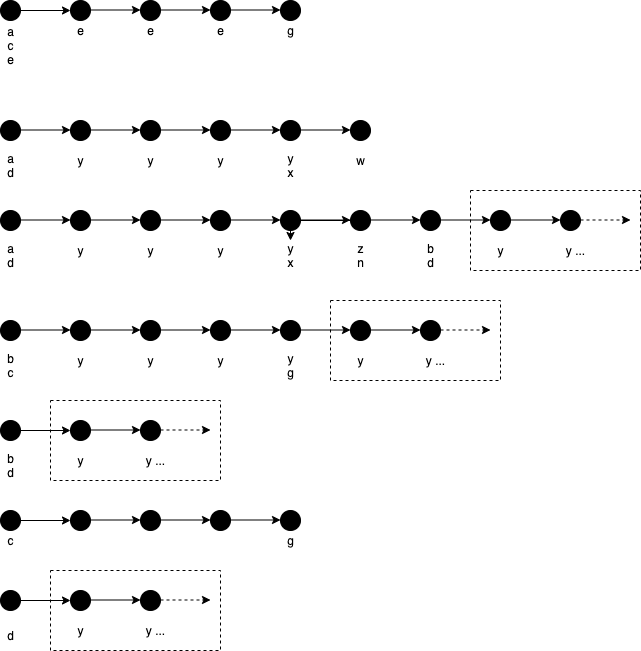
Before: Assignment4/images/Q1-1.png, a diagram exported from draw.io (DucNgn/Formal-Methods-for-Software-Engineering). Source tidied: cells renumbered, new cells last; positions are measured from the earlier drawing's top-left corner, leaving out a move shared by most shapes.
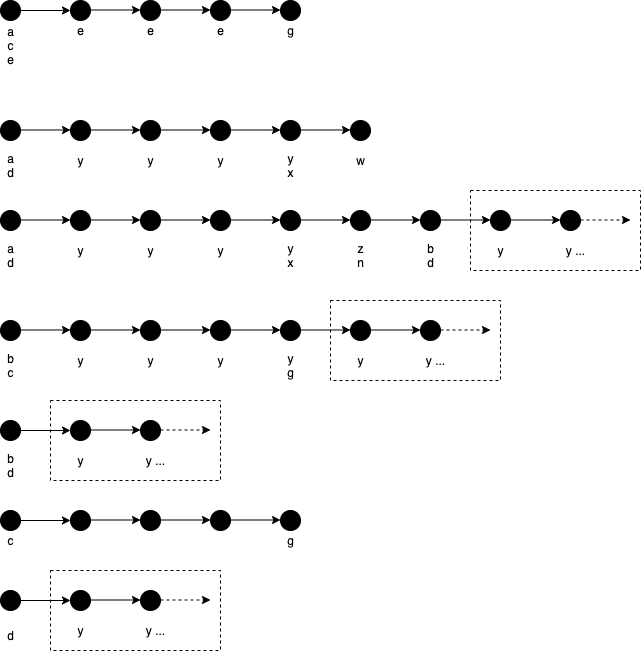
The same file after the commit.

Diff of the diagram source:
```diff
@@ -124,9 +124,6 @@
     <mxCell id="33" style="ellipse;whiteSpace=wrap;html=1;fillColor=#000000;" parent="1" vertex="1">
       <mxGeometry y="210" width="20" height="20" as="geometry" />
     </mxCell>
-    <mxCell id="34" style="edgeStyle=orthogonalEdgeStyle;rounded=0;jumpStyle=none;jettySize=auto;html=1;" parent="1" edge="1" source="35" target="49">
-      <mxGeometry relative="1" as="geometry" />
-    </mxCell>
     <mxCell id="35" style="ellipse;whiteSpace=wrap;html=1;fillColor=#000000;" parent="1" vertex="1">
       <mxGeometry x="350" y="210" width="20" height="20" as="geometry" />
     </mxCell>
```
